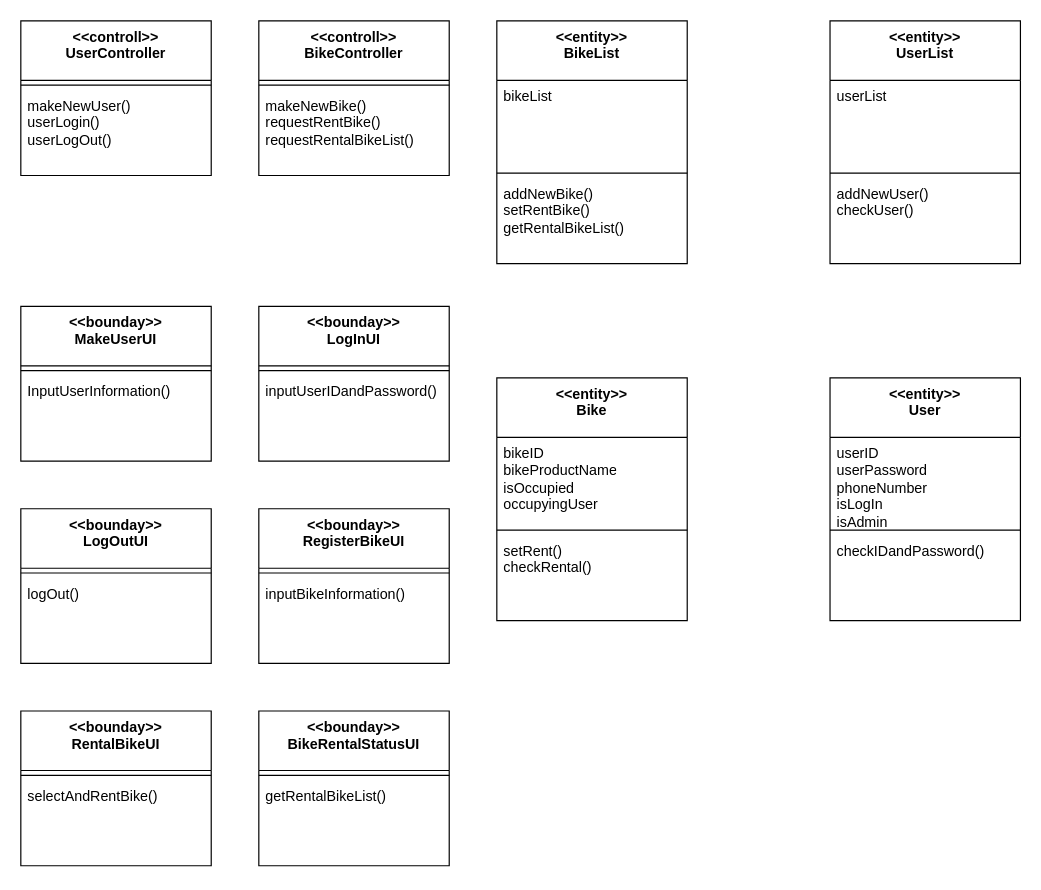
Above: Analysis_Class_Diagram.drawio in brian70304/SE_Project2 (draw.io), before the change. Source tidied: cells renumbered, new cells numbered last; positions are measured from the earlier drawing's top-left corner, leaving out a move shared by most shapes. Both pictures are drawn from the tidied source at 119%, with x=0, y=0 at pixel (20, 20).
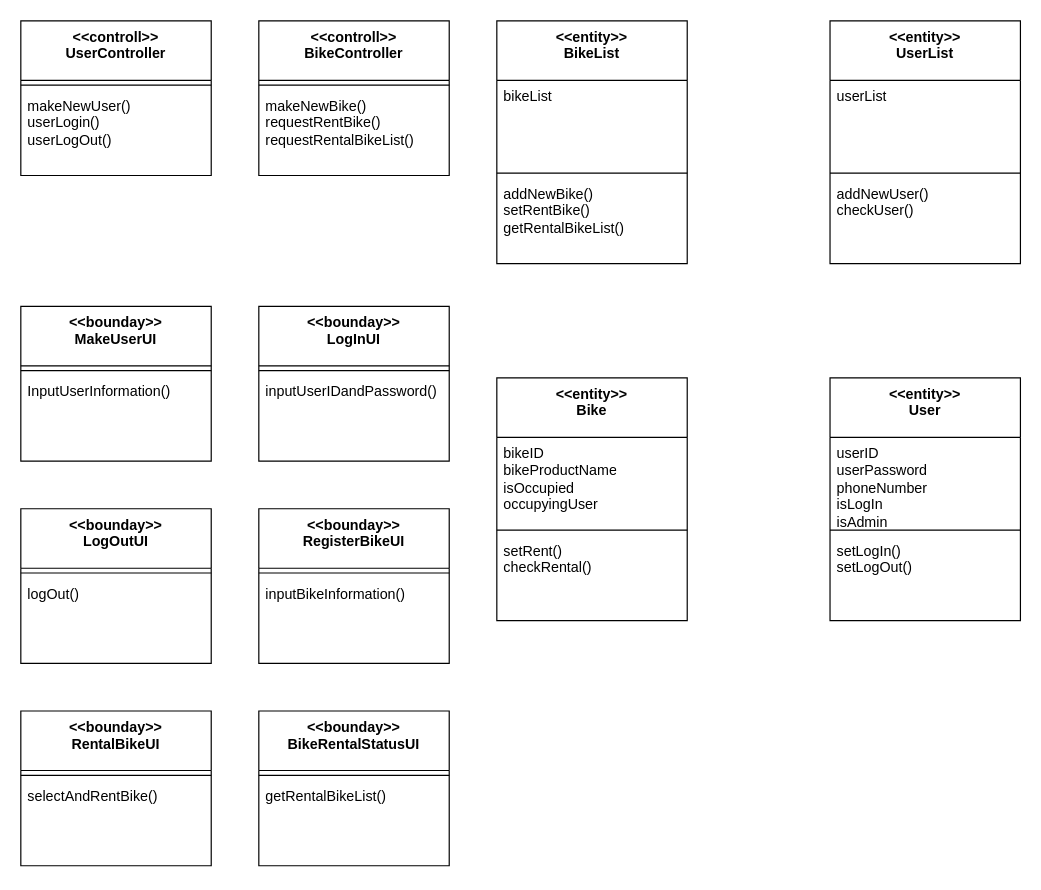
The same diagram, later.

Unchanged cells that the change refers to:
```xml
<mxCell id="26" value="&amp;lt;&amp;lt;entity&amp;gt;&amp;gt;&lt;div&gt;&lt;div&gt;&lt;div&gt;User&lt;/div&gt;&lt;/div&gt;&lt;/div&gt;" style="swimlane;fontStyle=1;align=center;verticalAlign=top;horizontal=1;startSize=50;whiteSpace=wrap;html=1;" parent="1" vertex="1">
  <mxGeometry x="680" y="300" width="160" height="204" as="geometry" />
</mxCell>
```

What changed in the source:
```diff
@@
-    <mxCell id="29" value="checkIDandPassword()" style="text;strokeColor=none;fillColor=none;align=left;verticalAlign=top;spacingLeft=4;spacingRight=4;overflow=hidden;whiteSpace=wrap;html=1;" parent="26" vertex="1">
+    <mxCell id="29" value="setLogIn()&lt;div&gt;setLogOut()&lt;/div&gt;" style="text;strokeColor=none;fillColor=none;align=left;verticalAlign=top;spacingLeft=4;spacingRight=4;overflow=hidden;whiteSpace=wrap;html=1;" parent="26" vertex="1">
       <mxGeometry y="132" width="160" height="72" as="geometry" />
     </mxCell>
```
